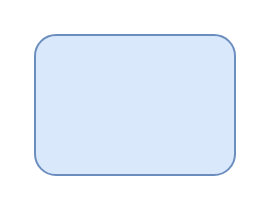
The draw.io diagram 未命名表单.drawio in bao2313120/bao2313120.github.io, before the edit. Source tidied: cells renumbered, new cells numbered last; positions are measured from the earlier drawing's top-left corner, leaving out a move shared by most shapes. Both pictures are drawn from the tidied source at 200%, with x=0, y=0 at pixel (34, 34).
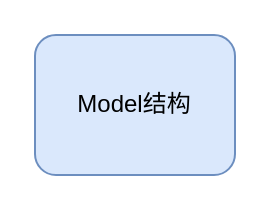
The same diagram, later.

Commit message:
更新未命名表单.drawio

Diff of the diagram source:
```diff
@@
 <mxGraphModel>
   <root>
     <mxCell id="0" />
     <mxCell id="1" parent="0" />
-    <mxCell id="2" style="rounded=1;whiteSpace=wrap;html=1;fillColor=#dae8fc;strokeColor=#6c8ebf;" parent="1" vertex="1">
+    <mxCell id="2" value="Model结构" style="rounded=1;whiteSpace=wrap;html=1;fillColor=#dae8fc;strokeColor=#6c8ebf;" parent="1" vertex="1">
       <mxGeometry width="100" height="70" as="geometry" />
     </mxCell>
   </root>
 </mxGraphModel>
```
